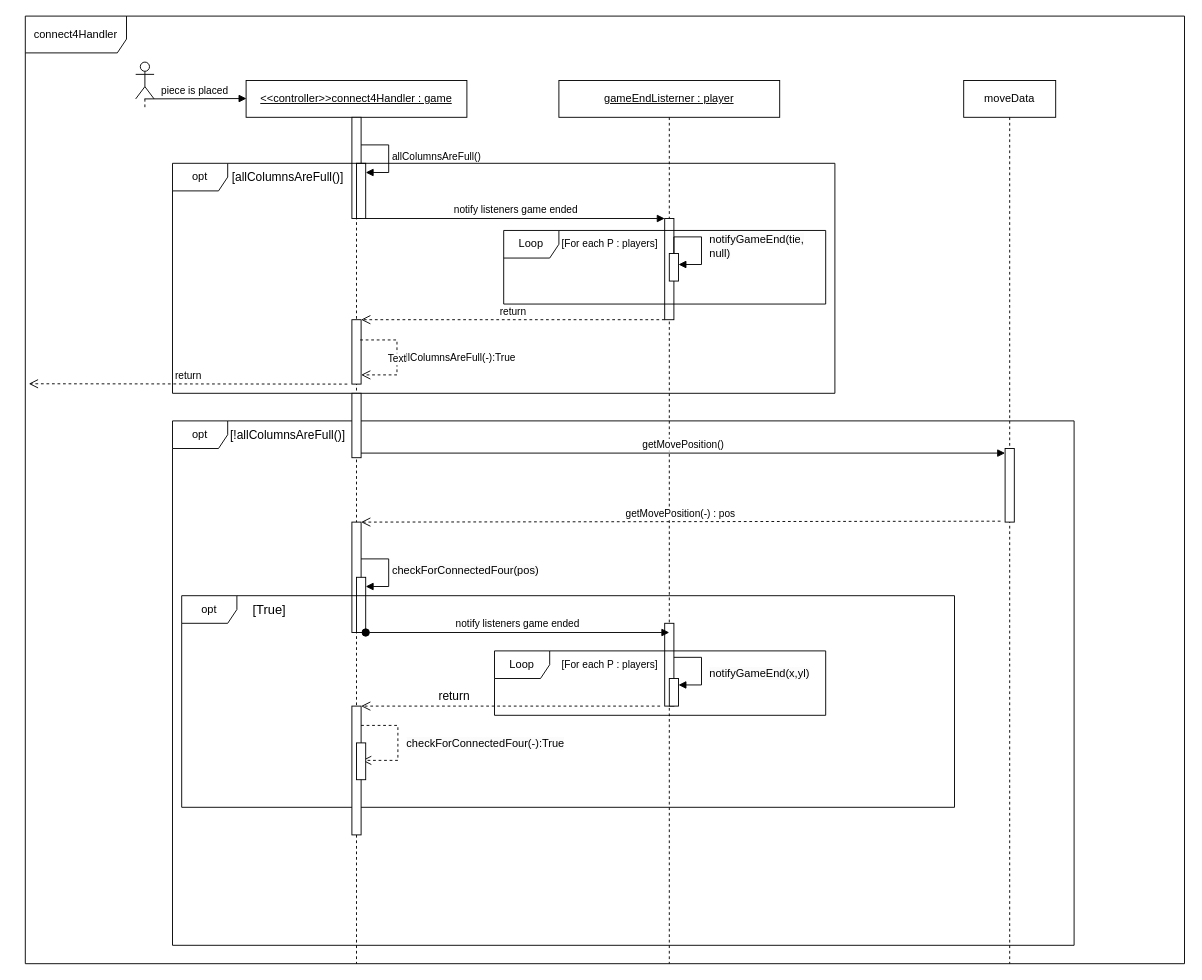
Above: checkGameEnd.drawio in m-yoon02/Condensation (draw.io), before the change. Source tidied: cells renumbered, new cells numbered last; positions are measured from the earlier drawing's top-left corner, leaving out a move shared by most shapes. Both pictures are drawn from the tidied source at 92%, with x=0, y=0 at pixel (25, 16).
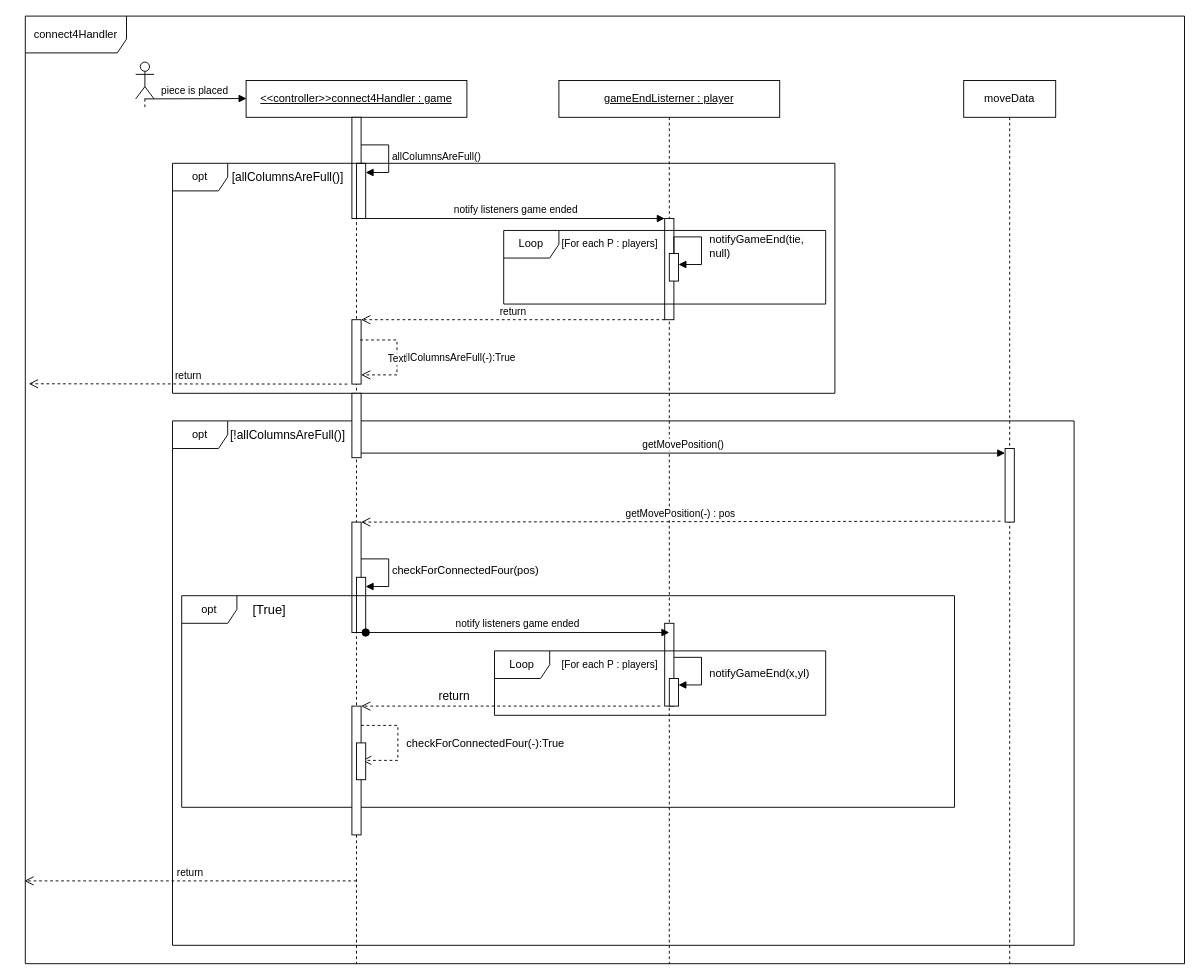
After the change.

Diff of the diagram source:
```diff
@@
+    <mxCell id="46" value="return" style="html=1;verticalAlign=bottom;endArrow=open;dashed=1;endSize=8;curved=0;rounded=0;" parent="1" edge="1">
+      <mxGeometry relative="1" as="geometry">
+        <mxPoint x="360" y="940" as="sourcePoint" />
+        <mxPoint x="-1" y="940" as="targetPoint" />
+      </mxGeometry>
+    </mxCell>
```
